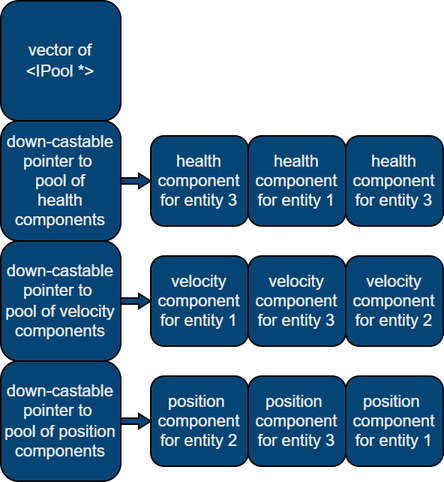
This is public/pools.drawio.png from GabrielWelvaert/portfolio-website, a draw.io export, as it was before one commit. Source tidied: cells renumbered, new cells last; positions are measured from the earlier drawing's top-left corner, leaving out a move shared by most shapes.
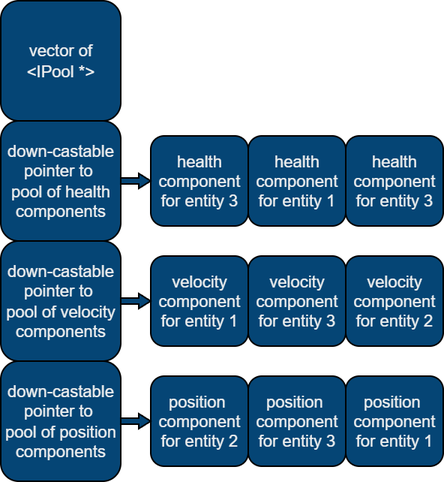
The same diagram one commit later.

Diff of the diagram source:
```diff
@@ -5,7 +5,7 @@
     <mxCell id="2" value="vector of&lt;div&gt;&amp;lt;IPool *&amp;gt;&lt;/div&gt;" style="rounded=1;whiteSpace=wrap;html=1;labelBackgroundColor=none;fillColor=#054575;strokeColor=light-dark(#000000,#D32020);fontColor=#EEEEEE;fontSize=11;" parent="1" vertex="1">
       <mxGeometry width="80" height="80" as="geometry" />
     </mxCell>
-    <mxCell id="3" value="down-castable pointer to&amp;nbsp;&lt;div&gt;pool of&lt;/div&gt;&lt;div&gt;health components&lt;/div&gt;" style="whiteSpace=wrap;html=1;rounded=1;labelBackgroundColor=none;fillColor=#054575;strokeColor=light-dark(#000000,#D32020);fontColor=#EEEEEE;fontSize=11;" parent="1" vertex="1">
+    <mxCell id="3" value="down-castable pointer to&amp;nbsp;&lt;div&gt;pool of&amp;nbsp;&lt;span style=&quot;background-color: transparent; color: light-dark(rgb(238, 238, 238), rgb(32, 32, 32));&quot;&gt;health components&lt;/span&gt;&lt;/div&gt;" style="whiteSpace=wrap;html=1;rounded=1;labelBackgroundColor=none;fillColor=#054575;strokeColor=light-dark(#000000,#D32020);fontColor=#EEEEEE;fontSize=11;" parent="1" vertex="1">
       <mxGeometry y="80" width="80" height="80" as="geometry" />
     </mxCell>
     <mxCell id="4" value="health component for entity 3" style="rounded=1;whiteSpace=wrap;html=1;labelBackgroundColor=none;fillColor=#054575;strokeColor=light-dark(#000000,#D32020);fontColor=#EEEEEE;fontSize=11;" parent="1" vertex="1">
```
